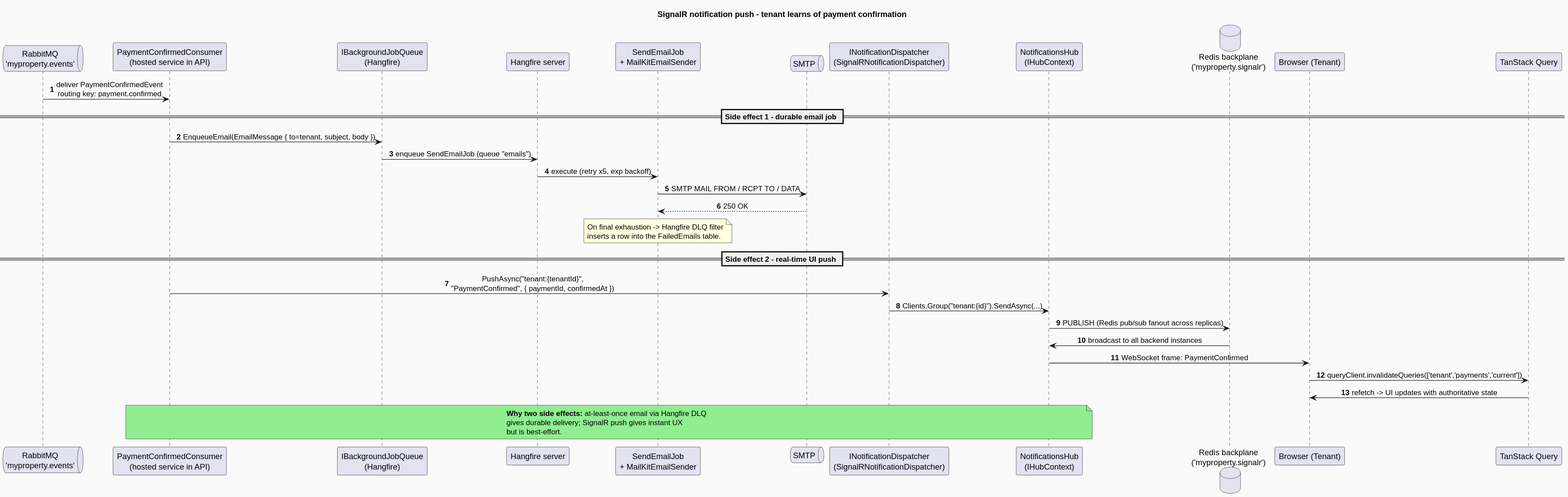
Before: docs/architecture/diagrams/data-flow-signalr.svg, a diagram exported from PlantUML (LIFE-Property-Management/MyProperty). Its diagram source:
```plantuml
@startuml
title SignalR notification push - tenant learns of payment confirmation

skinparam BackgroundColor #FAFAFA
skinparam sequenceMessageAlign center

queue       "RabbitMQ\n'myproperty.events'"  as mq
participant "PaymentConfirmedConsumer\n(hosted service in API)" as consumer
participant "IBackgroundJobQueue\n(Hangfire)"                  as jobq
participant "Hangfire server"                                  as hf
participant "SendEmailJob\n+ MailKitEmailSender"              as emailjob
queue       "SMTP"                                             as smtp
participant "INotificationDispatcher\n(SignalRNotificationDispatcher)" as dispatcher
participant "NotificationsHub\n(IHubContext)"                  as hub
database    "Redis backplane\n('myproperty.signalr')"          as redis
participant "Browser (Tenant)"                                 as browser
participant "TanStack Query"                                   as tq

autonumber

mq -> consumer: deliver PaymentConfirmedEvent\nrouting key: payment.confirmed

== Side effect 1 - durable email job ==
consumer -> jobq: EnqueueEmail(EmailMessage { to=tenant, subject, body })
jobq -> hf: enqueue SendEmailJob (queue "emails")
hf -> emailjob: execute (retry x5, exp backoff)
emailjob -> smtp: SMTP MAIL FROM / RCPT TO / DATA
smtp --> emailjob: 250 OK
note over emailjob #LightYellow
On final exhaustion -> Hangfire DLQ filter
inserts a row into the FailedEmails table.
end note

== Side effect 2 - real-time UI push ==
consumer -> dispatcher: PushAsync("tenant:{tenantId}",\n"PaymentConfirmed", { paymentId, confirmedAt })
dispatcher -> hub: Clients.Group("tenant:{id}").SendAsync(...)
hub -> redis: PUBLISH (Redis pub/sub fanout across replicas)
redis -> hub: broadcast to all backend instances
hub -> browser: WebSocket frame: PaymentConfirmed
browser -> tq: queryClient.invalidateQueries(['tenant','payments','current'])
tq -> browser: refetch -> UI updates with authoritative state

note over consumer, hub #LightGreen
**Why two side effects:** at-least-once email via Hangfire DLQ
gives durable delivery; SignalR push gives instant UX
but is best-effort.
end note
@enduml
```
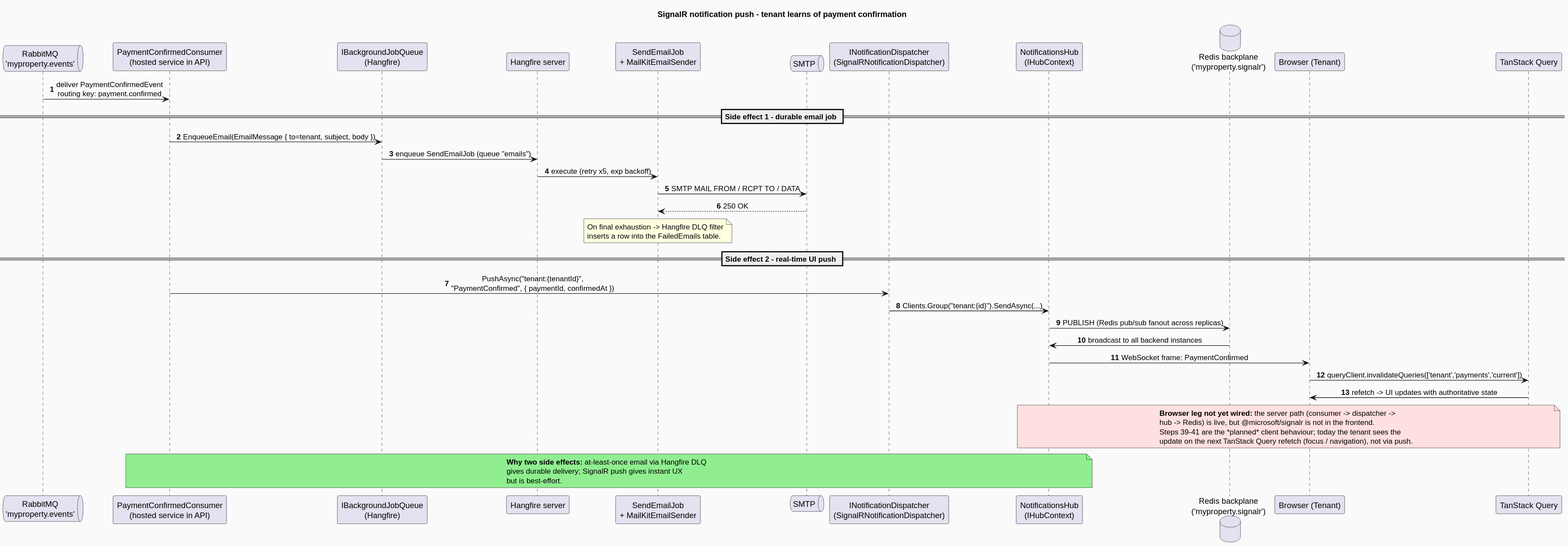
The same diagram one commit later.

Diff of the diagram source:
```diff
@@ -40,6 +40,13 @@
 browser -> tq: queryClient.invalidateQueries(['tenant','payments','current'])
 tq -> browser: refetch -> UI updates with authoritative state
 
+note over hub, tq #FFE0E0
+**Browser leg not yet wired:** the server path (consumer -> dispatcher ->
+hub -> Redis) is live, but @microsoft/signalr is not in the frontend.
+Steps 39-41 are the *planned* client behaviour; today the tenant sees the
+update on the next TanStack Query refetch (focus / navigation), not via push.
+end note
+
 note over consumer, hub #LightGreen
 **Why two side effects:** at-least-once email via Hangfire DLQ
 gives durable delivery; SignalR push gives instant UX
```
